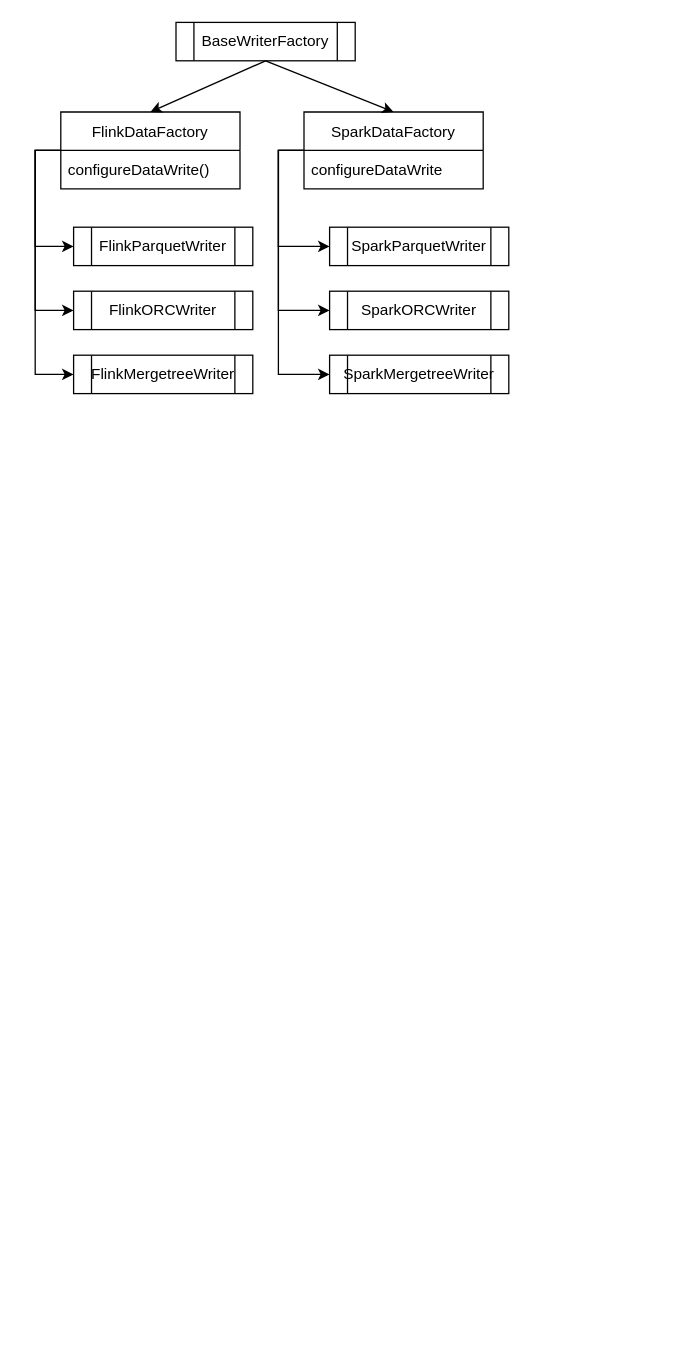
Earlier version of the draw.io diagram images/ck_lake.drawio (FishYoung/Learning-redis). Source tidied: cells renumbered, new cells numbered last; positions are measured from the earlier drawing's top-left corner, leaving out a move shared by most shapes. Both pictures are drawn from the tidied source at 128%, with x=0, y=0 at pixel (60, 22).
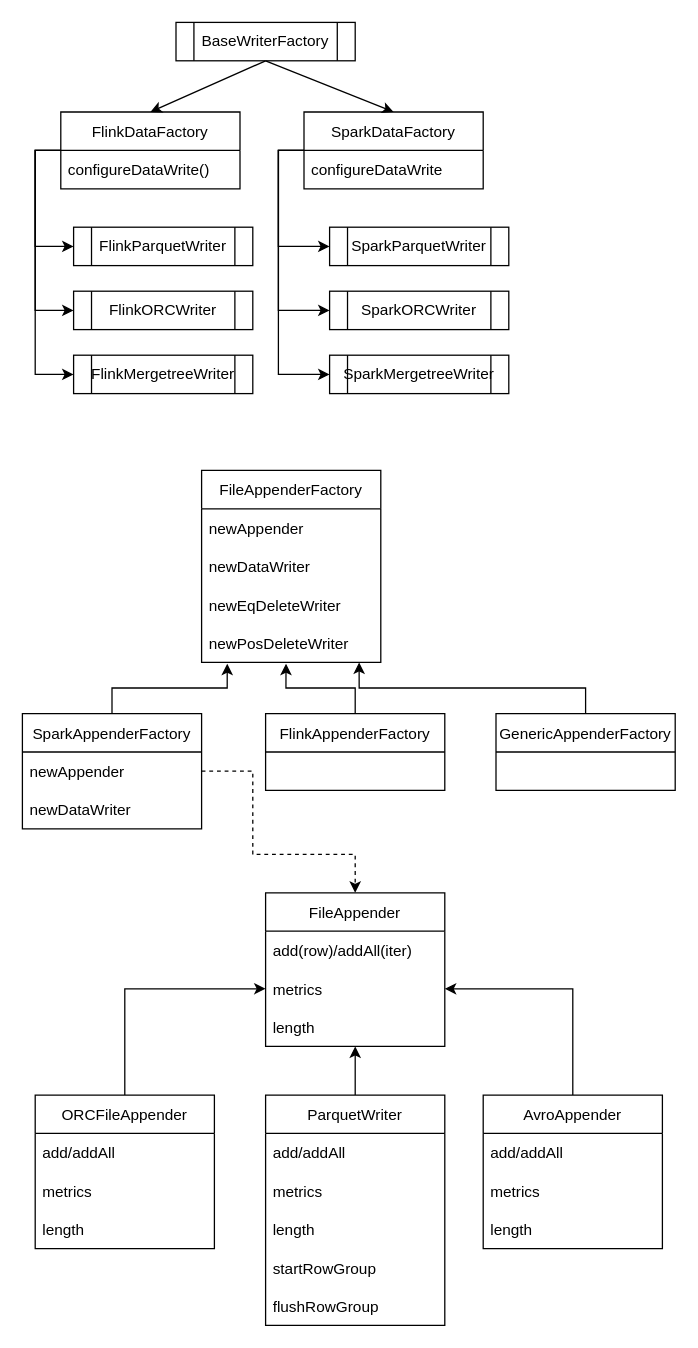
After the change.

Change to the diagram source:
```diff
@@
+    <mxCell id="21" value="FileAppenderFactory" style="swimlane;fontStyle=0;horizontal=1;startSize=30;" parent="1" vertex="1">
+      <mxGeometry x="110" y="350" width="140" height="150" as="geometry" />
+    </mxCell>
+    <mxCell id="22" value="newAppender" style="text;strokeColor=none;fillColor=none;align=left;verticalAlign=middle;spacingLeft=4;spacingRight=4;overflow=hidden;" parent="21" vertex="1">
+      <mxGeometry y="30" width="140" height="30" as="geometry" />
+    </mxCell>
+    <mxCell id="23" value="newDataWriter" style="text;strokeColor=none;fillColor=none;align=left;verticalAlign=middle;spacingLeft=4;spacingRight=4;overflow=hidden;" parent="21" vertex="1">
+      <mxGeometry y="60" width="140" height="30" as="geometry" />
+    </mxCell>
+    <mxCell id="24" value="newEqDeleteWriter" style="text;strokeColor=none;fillColor=none;align=left;verticalAlign=middle;spacingLeft=4;spacingRight=4;overflow=hidden;" parent="21" vertex="1">
+      <mxGeometry y="90" width="140" height="30" as="geometry" />
+    </mxCell>
+    <mxCell id="25" value="newPosDeleteWriter" style="text;strokeColor=none;fillColor=none;align=left;verticalAlign=middle;spacingLeft=4;spacingRight=4;overflow=hidden;points=[[0,0.5],[1,0.5]];portConstraint=eastwest;" parent="21" vertex="1">
+      <mxGeometry y="120" width="140" height="30" as="geometry" />
+    </mxCell>
+    <mxCell id="26" style="edgeStyle=orthogonalEdgeStyle;rounded=0;jettySize=auto;html=1;exitX=0.5;exitY=0;exitDx=0;exitDy=0;entryX=0.143;entryY=1.033;entryDx=0;entryDy=0;entryPerimeter=0;" parent="1" edge="1" source="27" target="25">
+      <mxGeometry relative="1" as="geometry" />
+    </mxCell>
+    <mxCell id="27" value="SparkAppenderFactory" style="swimlane;fontStyle=0;horizontal=1;startSize=30;" parent="1" vertex="1">
+      <mxGeometry x="-30" y="540" width="140" height="90" as="geometry" />
+    </mxCell>
+    <mxCell id="28" value="newAppender" style="text;strokeColor=none;fillColor=none;align=left;verticalAlign=middle;spacingLeft=4;spacingRight=4;overflow=hidden;points=[[0,0.5],[1,0.5]];portConstraint=eastwest;" parent="27" vertex="1">
+      <mxGeometry y="30" width="140" height="30" as="geometry" />
+    </mxCell>
+    <mxCell id="29" value="newDataWriter" style="text;strokeColor=none;fillColor=none;align=left;verticalAlign=middle;spacingLeft=4;spacingRight=4;overflow=hidden;" parent="27" vertex="1">
+      <mxGeometry y="60" width="140" height="30" as="geometry" />
+    </mxCell>
+    <mxCell id="30" style="edgeStyle=orthogonalEdgeStyle;rounded=0;jettySize=auto;html=1;exitX=0.5;exitY=0;exitDx=0;exitDy=0;entryX=0.471;entryY=1.033;entryDx=0;entryDy=0;entryPerimeter=0;" parent="1" edge="1" source="31" target="25">
+      <mxGeometry relative="1" as="geometry" />
+    </mxCell>
+    <mxCell id="31" value="FlinkAppenderFactory" style="swimlane;fontStyle=0;horizontal=1;startSize=30;" parent="1" vertex="1">
+      <mxGeometry x="160" y="540" width="140" height="60" as="geometry" />
+    </mxCell>
+    <mxCell id="32" style="edgeStyle=orthogonalEdgeStyle;rounded=0;jettySize=auto;html=1;exitX=0.5;exitY=0;exitDx=0;exitDy=0;entryX=0.879;entryY=1;entryDx=0;entryDy=0;entryPerimeter=0;" parent="1" edge="1" source="33" target="25">
+      <mxGeometry relative="1" as="geometry" />
+    </mxCell>
+    <mxCell id="33" value="GenericAppenderFactory" style="swimlane;fontStyle=0;horizontal=1;startSize=30;" parent="1" vertex="1">
+      <mxGeometry x="340" y="540" width="140" height="60" as="geometry" />
+    </mxCell>
+    <mxCell id="34" style="edgeStyle=orthogonalEdgeStyle;rounded=0;jettySize=auto;html=1;exitX=1;exitY=0.5;exitDx=0;exitDy=0;dashed=1;entryX=0.5;entryY=0;entryDx=0;entryDy=0;" parent="1" edge="1" source="28" target="35">
+      <mxGeometry relative="1" as="geometry">
+        <Array as="points">
+          <mxPoint x="150" y="585" />
+          <mxPoint x="150" y="650" />
+          <mxPoint x="230" y="650" />
+        </Array>
+      </mxGeometry>
+    </mxCell>
+    <mxCell id="35" value="FileAppender" style="swimlane;fontStyle=0;horizontal=1;startSize=30;" parent="1" vertex="1">
+      <mxGeometry x="160" y="680" width="140" height="120" as="geometry" />
+    </mxCell>
+    <mxCell id="36" value="add(row)/addAll(iter)" style="text;strokeColor=none;fillColor=none;align=left;verticalAlign=middle;spacingLeft=4;spacingRight=4;overflow=hidden;" parent="35" vertex="1">
+      <mxGeometry y="30" width="140" height="30" as="geometry" />
+    </mxCell>
+    <mxCell id="37" value="metrics" style="text;strokeColor=none;fillColor=none;align=left;verticalAlign=middle;spacingLeft=4;spacingRight=4;overflow=hidden;points=[[0,0.5],[1,0.5]];portConstraint=eastwest;" parent="35" vertex="1">
+      <mxGeometry y="60" width="140" height="30" as="geometry" />
+    </mxCell>
+    <mxCell id="38" value="length" style="text;strokeColor=none;fillColor=none;align=left;verticalAlign=middle;spacingLeft=4;spacingRight=4;overflow=hidden;points=[[0,0.5],[1,0.5]];portConstraint=eastwest;" parent="35" vertex="1">
+      <mxGeometry y="90" width="140" height="30" as="geometry" />
+    </mxCell>
+    <mxCell id="39" style="edgeStyle=orthogonalEdgeStyle;rounded=0;jettySize=auto;html=1;exitX=0.5;exitY=0;exitDx=0;exitDy=0;entryX=0;entryY=0.5;entryDx=0;entryDy=0;" parent="1" edge="1" source="40" target="37">
+      <mxGeometry relative="1" as="geometry" />
+    </mxCell>
+    <mxCell id="40" value="ORCFileAppender" style="swimlane;fontStyle=0;horizontal=1;startSize=30;" parent="1" vertex="1">
+      <mxGeometry x="-20" y="838" width="140" height="120" as="geometry" />
+    </mxCell>
+    <mxCell id="41" value="add/addAll" style="text;strokeColor=none;fillColor=none;align=left;verticalAlign=middle;spacingLeft=4;spacingRight=4;overflow=hidden;" parent="40" vertex="1">
+      <mxGeometry y="30" width="140" height="30" as="geometry" />
+    </mxCell>
+    <mxCell id="42" value="metrics" style="text;strokeColor=none;fillColor=none;align=left;verticalAlign=middle;spacingLeft=4;spacingRight=4;overflow=hidden;" parent="40" vertex="1">
+      <mxGeometry y="60" width="140" height="30" as="geometry" />
+    </mxCell>
+    <mxCell id="43" value="length" style="text;strokeColor=none;fillColor=none;align=left;verticalAlign=middle;spacingLeft=4;spacingRight=4;overflow=hidden;" parent="40" vertex="1">
+      <mxGeometry y="90" width="140" height="30" as="geometry" />
+    </mxCell>
+    <mxCell id="44" style="edgeStyle=orthogonalEdgeStyle;rounded=0;jettySize=auto;html=1;exitX=0.5;exitY=0;exitDx=0;exitDy=0;entryX=0.5;entryY=1;entryDx=0;entryDy=0;entryPerimeter=0;" parent="1" edge="1" source="45" target="38">
+      <mxGeometry relative="1" as="geometry" />
+    </mxCell>
+    <mxCell id="45" value="ParquetWriter" style="swimlane;fontStyle=0;horizontal=1;startSize=30;" parent="1" vertex="1">
+      <mxGeometry x="160" y="838" width="140" height="180" as="geometry" />
+    </mxCell>
+    <mxCell id="46" value="add/addAll" style="text;strokeColor=none;fillColor=none;align=left;verticalAlign=middle;spacingLeft=4;spacingRight=4;overflow=hidden;" parent="45" vertex="1">
+      <mxGeometry y="30" width="140" height="30" as="geometry" />
+    </mxCell>
+    <mxCell id="47" value="metrics" style="text;strokeColor=none;fillColor=none;align=left;verticalAlign=middle;spacingLeft=4;spacingRight=4;overflow=hidden;" parent="45" vertex="1">
+      <mxGeometry y="60" width="140" height="30" as="geometry" />
+    </mxCell>
+    <mxCell id="48" value="length" style="text;strokeColor=none;fillColor=none;align=left;verticalAlign=middle;spacingLeft=4;spacingRight=4;overflow=hidden;" parent="45" vertex="1">
+      <mxGeometry y="90" width="140" height="30" as="geometry" />
+    </mxCell>
+    <mxCell id="49" value="startRowGroup" style="text;strokeColor=none;fillColor=none;align=left;verticalAlign=middle;spacingLeft=4;spacingRight=4;overflow=hidden;" parent="45" vertex="1">
+      <mxGeometry y="120" width="140" height="30" as="geometry" />
+    </mxCell>
+    <mxCell id="50" value="flushRowGroup" style="text;strokeColor=none;fillColor=none;align=left;verticalAlign=middle;spacingLeft=4;spacingRight=4;overflow=hidden;" parent="45" vertex="1">
+      <mxGeometry y="150" width="140" height="30" as="geometry" />
+    </mxCell>
+    <mxCell id="51" style="edgeStyle=orthogonalEdgeStyle;rounded=0;jettySize=auto;html=1;exitX=0.5;exitY=0;exitDx=0;exitDy=0;entryX=1;entryY=0.5;entryDx=0;entryDy=0;" parent="1" edge="1" source="52" target="37">
+      <mxGeometry relative="1" as="geometry" />
+    </mxCell>
+    <mxCell id="52" value="AvroAppender" style="swimlane;fontStyle=0;horizontal=1;startSize=30;" parent="1" vertex="1">
+      <mxGeometry x="330" y="838" width="140" height="120" as="geometry" />
+    </mxCell>
+    <mxCell id="53" value="add/addAll" style="text;strokeColor=none;fillColor=none;align=left;verticalAlign=middle;spacingLeft=4;spacingRight=4;overflow=hidden;" parent="52" vertex="1">
+      <mxGeometry y="30" width="140" height="30" as="geometry" />
+    </mxCell>
+    <mxCell id="54" value="metrics" style="text;strokeColor=none;fillColor=none;align=left;verticalAlign=middle;spacingLeft=4;spacingRight=4;overflow=hidden;" parent="52" vertex="1">
+      <mxGeometry y="60" width="140" height="30" as="geometry" />
+    </mxCell>
+    <mxCell id="55" value="length" style="text;strokeColor=none;fillColor=none;align=left;verticalAlign=middle;spacingLeft=4;spacingRight=4;overflow=hidden;" parent="52" vertex="1">
+      <mxGeometry y="90" width="140" height="30" as="geometry" />
+    </mxCell>
```
